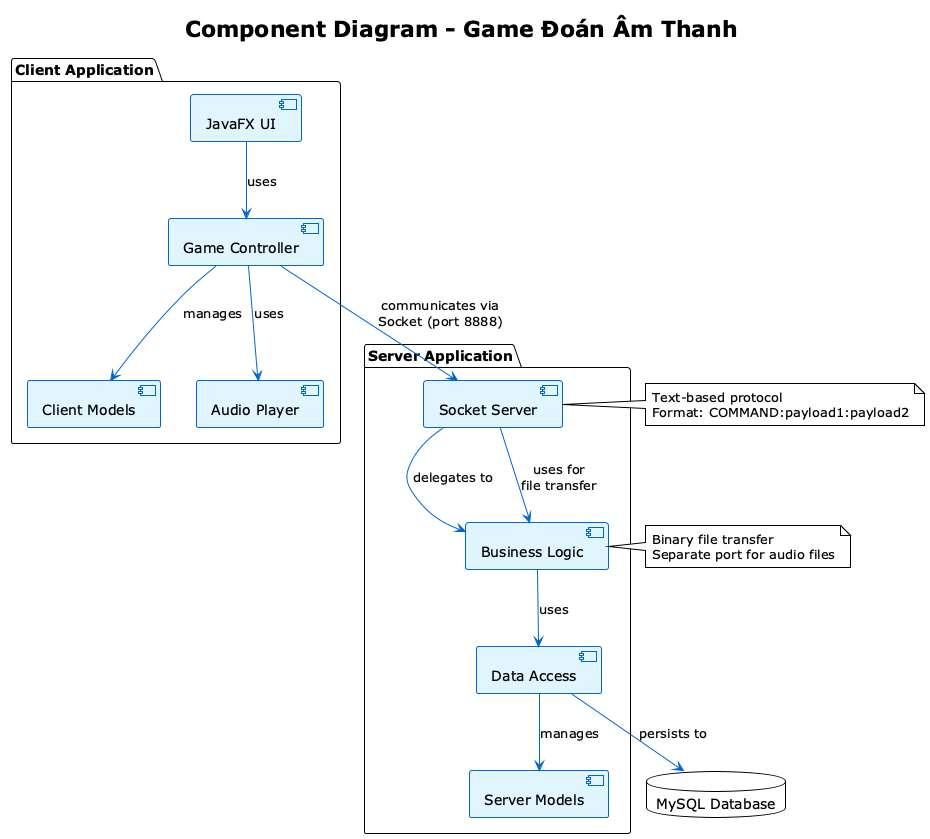
Above: docs/plantuml/Component Diagram.png in ProMeX04/LTM (PlantUML), before the change.
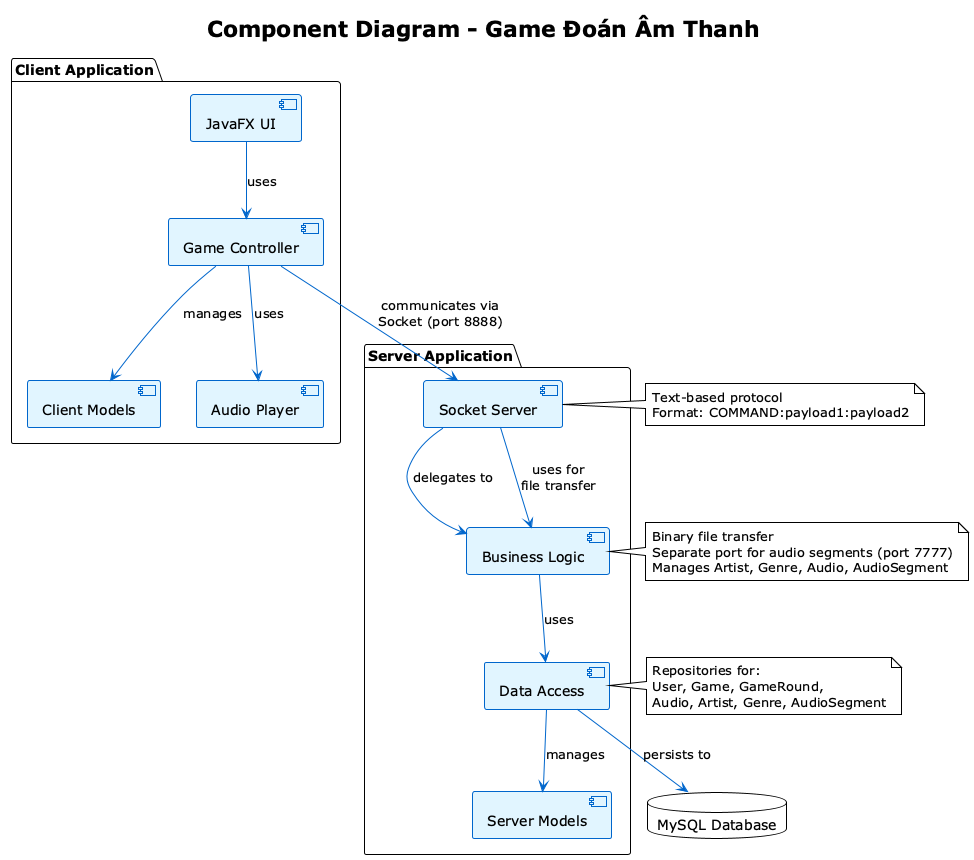
Later version of the same file.

What changed in the source:
```diff
@@ -44,7 +44,14 @@
 
 note right of BusinessLogic
   Binary file transfer
-  Separate port for audio files
+  Separate port for audio segments (port 7777)
+  Manages Artist, Genre, Audio, AudioSegment
+end note
+
+note right of DataAccess
+  Repositories for:
+  User, Game, GameRound,
+  Audio, Artist, Genre, AudioSegment
 end note
 
 @enduml
```
